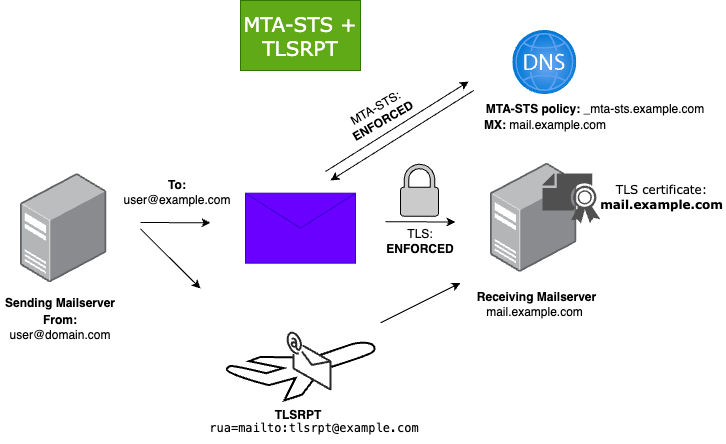
Earlier version of the draw.io export static/images/mta-sts-explained/mta-sts-tlsrpt-visual.png (vand3rlinden/vand3rlinden.github.io). Source tidied: cells renumbered, new cells last; positions are measured from the earlier drawing's top-left corner, leaving out a move shared by most shapes.
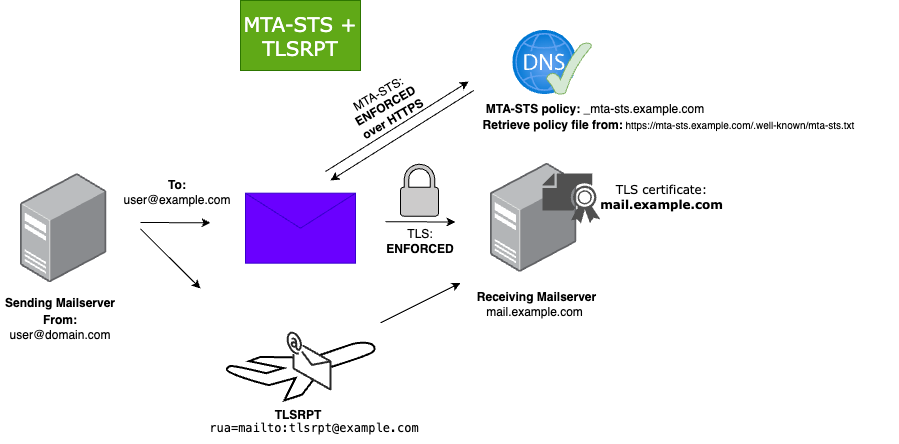
Above is the later version.

The edit, as a diff of the source:
```diff
@@ -23,8 +23,8 @@
     <mxCell id="8" style="verticalLabelPosition=bottom;html=1;verticalAlign=top;strokeWidth=1;align=center;dashed=0;shape=mxgraph.aws3d.email;strokeColor=#292929;" parent="1" vertex="1">
       <mxGeometry x="287" y="332" width="43" height="57" as="geometry" />
     </mxCell>
-    <mxCell id="9" value="MTA-STS:&lt;br&gt;&lt;b&gt;ENFORCED&lt;/b&gt;" style="text;html=1;align=center;verticalAlign=middle;whiteSpace=wrap;rounded=0;rotation=-30;" parent="1" vertex="1">
-      <mxGeometry x="349" y="99" width="60" height="30" as="geometry" />
+    <mxCell id="9" value="MTA-STS:&lt;br&gt;&lt;b&gt;ENFORCED over HTTPS&lt;/b&gt;" style="text;html=1;align=center;verticalAlign=middle;whiteSpace=wrap;rounded=0;rotation=-30;" parent="1" vertex="1">
+      <mxGeometry x="340" y="91.2" width="91" height="30" as="geometry" />
     </mxCell>
     <mxCell id="10" style="endArrow=classic;html=1;rounded=0;" parent="1" edge="1">
       <mxGeometry relative="1" as="geometry">
@@ -89,8 +89,8 @@
     <mxCell id="24" value="&lt;span style=&quot;text-wrap-mode: wrap;&quot;&gt;mail.example.com&lt;/span&gt;" style="text;html=1;align=center;verticalAlign=middle;strokeColor=none;fillColor=none;" parent="1" vertex="1">
       <mxGeometry x="474.1" y="297" width="120" height="30" as="geometry" />
     </mxCell>
-    <mxCell id="25" value="&lt;b&gt;MX:&lt;/b&gt; mail.example.com" style="text;html=1;align=center;verticalAlign=middle;whiteSpace=wrap;rounded=0;" parent="1" vertex="1">
-      <mxGeometry x="480" y="110" width="130" height="30" as="geometry" />
+    <mxCell id="25" value="&lt;font style=&quot;&quot;&gt;&lt;b style=&quot;font-family: Helvetica;&quot;&gt;&lt;font style=&quot;font-size: 12px;&quot;&gt;Retrieve policy file from:&lt;/font&gt;&lt;/b&gt;&lt;span style=&quot;font-size: 10px;&quot;&gt;&amp;nbsp;&lt;/span&gt;&lt;code style=&quot;font-size: 10px;&quot;&gt;&lt;font face=&quot;Helvetica&quot;&gt;https://mta-sts.example.com/.well-known/mta-sts.txt&lt;/font&gt;&lt;/code&gt;&lt;/font&gt;" style="text;html=1;align=center;verticalAlign=middle;whiteSpace=wrap;rounded=0;" parent="1" vertex="1">
+      <mxGeometry x="438" y="110" width="461" height="30" as="geometry" />
     </mxCell>
     <mxCell id="26" value="&lt;code&gt;rua=mailto:tlsrpt@example.com&lt;/code&gt;" style="text;html=1;align=center;verticalAlign=middle;whiteSpace=wrap;rounded=0;" parent="1" vertex="1">
       <mxGeometry x="284" y="413" width="60" height="30" as="geometry" />
@@ -101,5 +101,8 @@
     <mxCell id="28" value="TLS:&lt;br&gt;&lt;b&gt;ENFORCED&lt;/b&gt;" style="text;html=1;align=center;verticalAlign=middle;whiteSpace=wrap;rounded=0;" parent="1" vertex="1">
       <mxGeometry x="390" y="225.7" width="60" height="30" as="geometry" />
     </mxCell>
+    <mxCell id="29" style="verticalLabelPosition=bottom;verticalAlign=top;html=1;shape=mxgraph.basic.tick;rotation=0;fillColor=#d5e8d4;strokeColor=#82b366;" parent="1" vertex="1">
+      <mxGeometry x="546" y="42" width="45" height="52" as="geometry" />
+    </mxCell>
   </root>
 </mxGraphModel>
```
